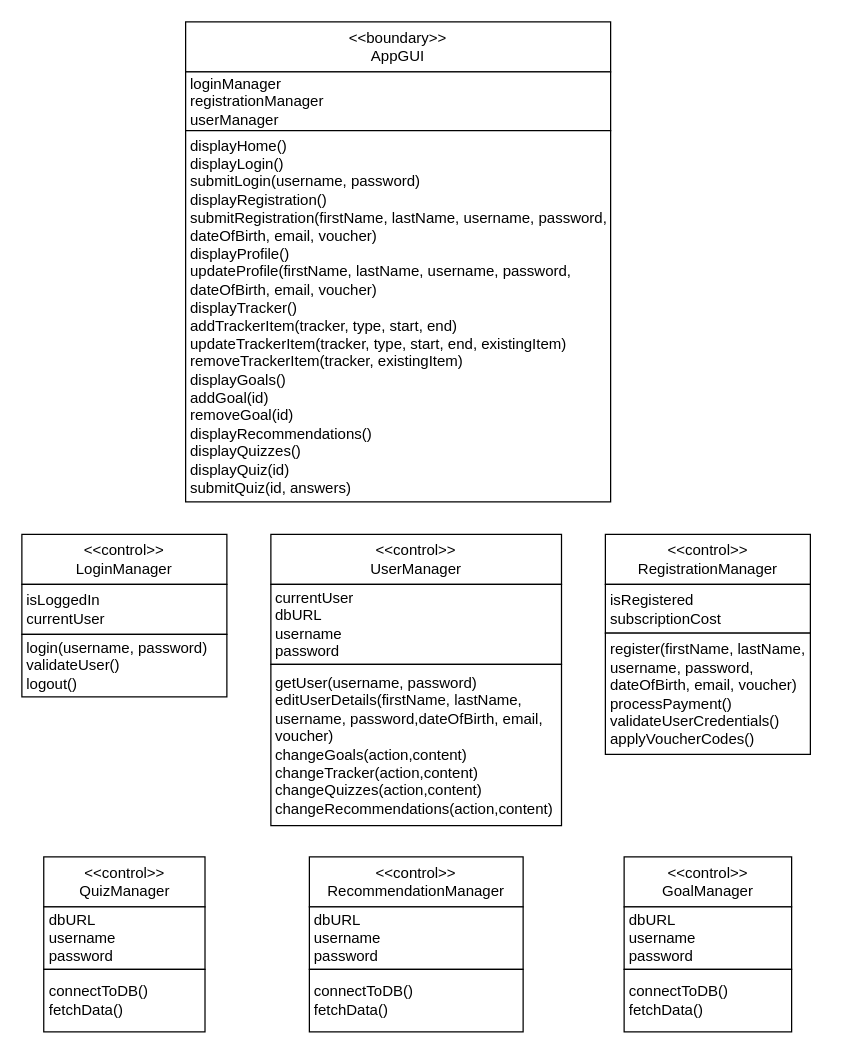
This is Boundary_Control_Class_diagrams.drawio from ahammond3aws/DC2SEN, a draw.io file, before an edit. Source tidied: cells renumbered, new cells numbered last; positions are measured from the earlier drawing's top-left corner, leaving out a move shared by most shapes. Both pictures are drawn from the tidied source at 125%, with x=0, y=0 at pixel (21, 21).
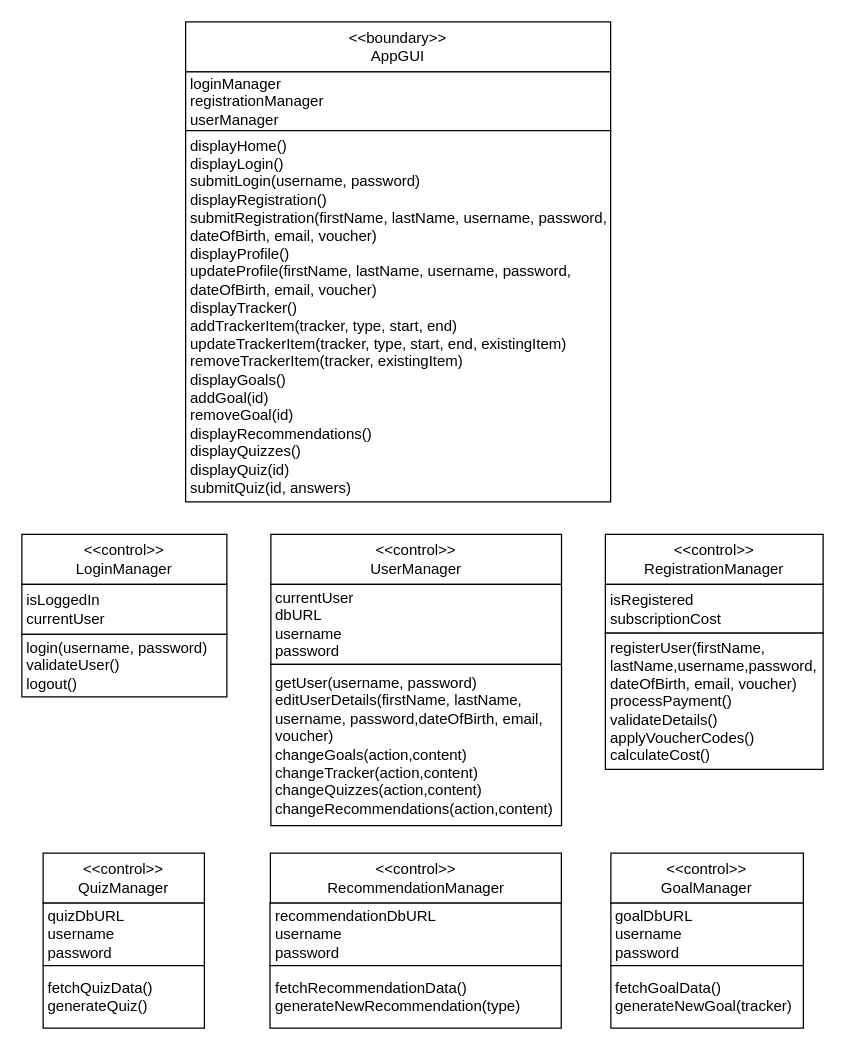
Above is the later version.

Change to the diagram source:
```diff
@@
     <mxCell id="5" value="&amp;lt;&amp;lt;control&amp;gt;&amp;gt;&lt;br&gt;RegistrationManager" style="rounded=0;whiteSpace=wrap;html=1;" parent="1" vertex="1">
-      <mxGeometry x="466.8" y="410" width="164" height="40" as="geometry" />
+      <mxGeometry x="466.8" y="410" width="174.2" height="40" as="geometry" />
     </mxCell>
     <mxCell id="6" value="isRegistered&lt;br&gt;subscriptionCost" style="rounded=0;whiteSpace=wrap;html=1;align=left;spacingLeft=2;" parent="1" vertex="1">
-      <mxGeometry x="466.8" y="450" width="164" height="39" as="geometry" />
+      <mxGeometry x="466.8" y="450" width="174.2" height="39" as="geometry" />
     </mxCell>
-    <mxCell id="7" value="register(firstName, lastName,&lt;br&gt;username, password,&lt;br&gt;dateOfBirth, email, voucher)&lt;br&gt;processPayment()&lt;br&gt;validateUserCredentials()&lt;br&gt;applyVoucherCodes()" style="rounded=0;whiteSpace=wrap;html=1;align=left;spacingLeft=2;" parent="1" vertex="1">
-      <mxGeometry x="466.8" y="489" width="164" height="97" as="geometry" />
+    <mxCell id="7" value="registerUser(firstName, lastName,username,password,&lt;br&gt;dateOfBirth, email, voucher)&lt;br&gt;processPayment()&lt;br&gt;validateDetails()&lt;br&gt;applyVoucherCodes()&lt;br&gt;calculateCost()" style="rounded=0;whiteSpace=wrap;html=1;align=left;spacingLeft=2;" parent="1" vertex="1">
+      <mxGeometry x="466.8" y="489" width="174.2" height="109" as="geometry" />
     </mxCell>
     <mxCell id="8" value="&amp;lt;&amp;lt;control&amp;gt;&amp;gt;&lt;br&gt;QuizManager" style="rounded=0;whiteSpace=wrap;html=1;fillColor=default;" parent="1" vertex="1">
-      <mxGeometry x="17.5" y="668" width="129" height="40" as="geometry" />
+      <mxGeometry x="17" y="665" width="129" height="40" as="geometry" />
     </mxCell>
-    <mxCell id="9" value="dbURL&lt;br&gt;username&lt;br&gt;password" style="rounded=0;whiteSpace=wrap;html=1;align=left;spacingLeft=2;fillColor=default;" parent="1" vertex="1">
-      <mxGeometry x="17.5" y="708" width="129" height="50" as="geometry" />
+    <mxCell id="9" value="quizDbURL&lt;br&gt;username&lt;br&gt;password" style="rounded=0;whiteSpace=wrap;html=1;align=left;spacingLeft=2;fillColor=default;" parent="1" vertex="1">
+      <mxGeometry x="17" y="705" width="129" height="50" as="geometry" />
     </mxCell>
-    <mxCell id="10" value="connectToDB()&lt;br&gt;fetchData()" style="rounded=0;whiteSpace=wrap;html=1;align=left;spacingLeft=2;fillColor=default;" parent="1" vertex="1">
-      <mxGeometry x="17.5" y="758" width="129" height="50" as="geometry" />
+    <mxCell id="10" value="fetchQuizData()&lt;br&gt;generateQuiz()" style="rounded=0;whiteSpace=wrap;html=1;align=left;spacingLeft=2;fillColor=default;" parent="1" vertex="1">
+      <mxGeometry x="17" y="755" width="129" height="50" as="geometry" />
     </mxCell>
     <mxCell id="11" value="&amp;lt;&amp;lt;control&amp;gt;&amp;gt;&lt;br&gt;RecommendationManager" style="rounded=0;whiteSpace=wrap;html=1;fillColor=default;" parent="1" vertex="1">
-      <mxGeometry x="230" y="668" width="171" height="40" as="geometry" />
+      <mxGeometry x="198.8" y="665" width="232.8" height="40" as="geometry" />
     </mxCell>
-    <mxCell id="12" value="dbURL&lt;br&gt;username&lt;br&gt;password" style="rounded=0;whiteSpace=wrap;html=1;align=left;spacingLeft=2;fillColor=default;" parent="1" vertex="1">
-      <mxGeometry x="230" y="708" width="171" height="50" as="geometry" />
+    <mxCell id="12" value="recommendationDbURL&lt;br style=&quot;border-color: var(--border-color);&quot;&gt;username&lt;br style=&quot;border-color: var(--border-color);&quot;&gt;password" style="rounded=0;whiteSpace=wrap;html=1;align=left;spacingLeft=2;fillColor=default;" parent="1" vertex="1">
+      <mxGeometry x="198.5" y="705" width="233" height="50" as="geometry" />
     </mxCell>
-    <mxCell id="13" value="connectToDB()&lt;br&gt;fetchData()" style="rounded=0;whiteSpace=wrap;html=1;align=left;spacingLeft=2;fillColor=default;" parent="1" vertex="1">
-      <mxGeometry x="230" y="758" width="171" height="50" as="geometry" />
+    <mxCell id="13" value="fetchRecommendationData()&lt;br style=&quot;border-color: var(--border-color);&quot;&gt;generateNewRecommendation(type)" style="rounded=0;whiteSpace=wrap;html=1;align=left;spacingLeft=2;fillColor=default;" parent="1" vertex="1">
+      <mxGeometry x="198.5" y="755" width="233" height="50" as="geometry" />
     </mxCell>
     <mxCell id="14" value="&amp;lt;&amp;lt;control&amp;gt;&amp;gt;&lt;br&gt;GoalManager" style="rounded=0;whiteSpace=wrap;html=1;fillColor=default;" parent="1" vertex="1">
-      <mxGeometry x="481.8" y="668" width="134" height="40" as="geometry" />
+      <mxGeometry x="471.2" y="665" width="154" height="40" as="geometry" />
     </mxCell>
-    <mxCell id="15" value="dbURL&lt;br&gt;username&lt;br&gt;password" style="rounded=0;whiteSpace=wrap;html=1;align=left;spacingLeft=2;fillColor=default;" parent="1" vertex="1">
-      <mxGeometry x="481.8" y="708" width="134" height="50" as="geometry" />
+    <mxCell id="15" value="goalDbURL&lt;br style=&quot;border-color: var(--border-color);&quot;&gt;username&lt;br style=&quot;border-color: var(--border-color);&quot;&gt;password" style="rounded=0;whiteSpace=wrap;html=1;align=left;spacingLeft=2;fillColor=default;" parent="1" vertex="1">
+      <mxGeometry x="471.2" y="705" width="154" height="50" as="geometry" />
     </mxCell>
-    <mxCell id="16" value="connectToDB()&lt;br&gt;fetchData()" style="rounded=0;whiteSpace=wrap;html=1;align=left;spacingLeft=2;fillColor=default;" parent="1" vertex="1">
-      <mxGeometry x="481.8" y="758" width="134" height="50" as="geometry" />
+    <mxCell id="16" value="fetchGoalData()&lt;br&gt;generateNewGoal(tracker)" style="rounded=0;whiteSpace=wrap;html=1;align=left;spacingLeft=2;fillColor=default;" parent="1" vertex="1">
+      <mxGeometry x="471.2" y="755" width="154" height="50" as="geometry" />
     </mxCell>
```
